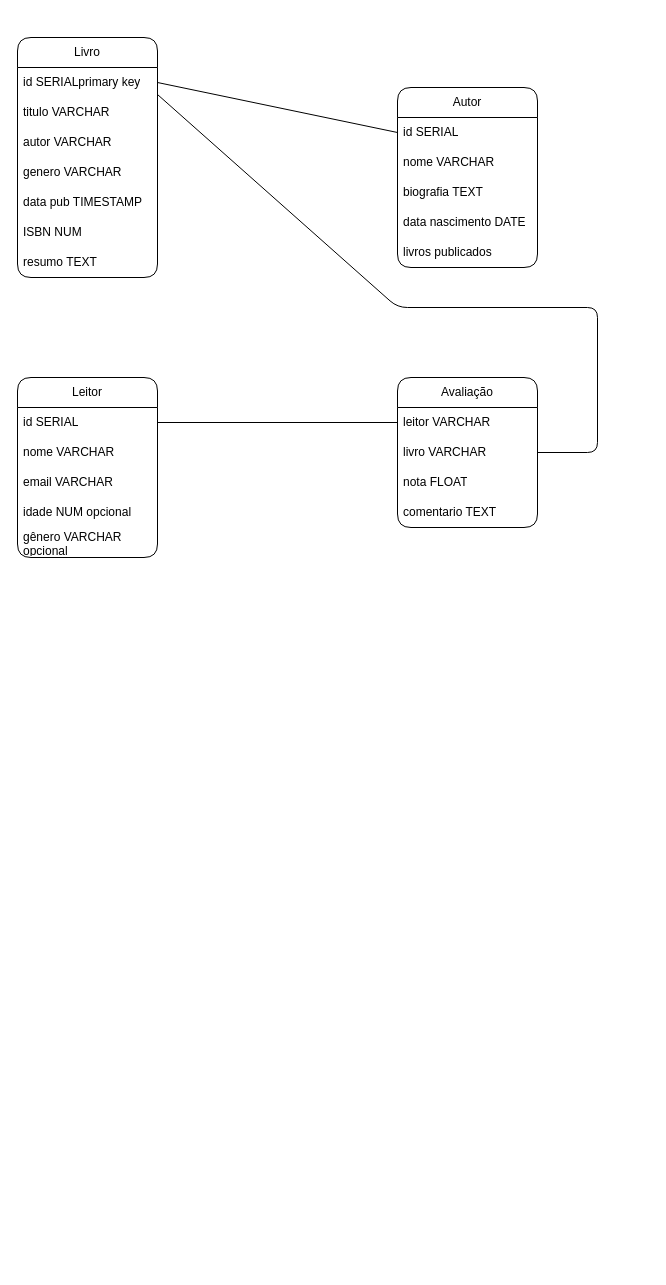
KimberlyMartins/OneBitCode-Ruby keeps this draw.io diagram as One bit code/4-Dados/exercicio4.drawio. Above is the earlier version. Source tidied: cells renumbered, new cells numbered last; positions are measured from the earlier drawing's top-left corner, leaving out a move shared by most shapes. Both pictures are drawn from the tidied source at 100%, with x=0, y=0 at pixel (17, 37).
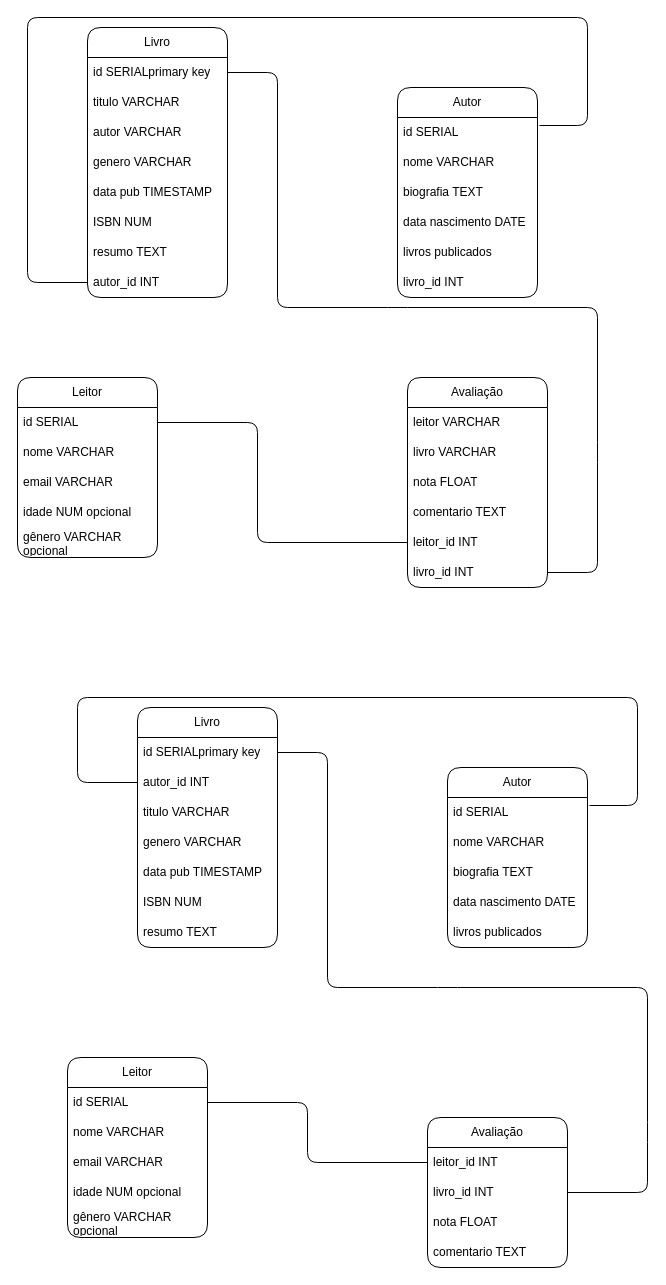
The same page after the edit.

Unchanged cells that the change refers to:
```xml
<mxCell id="3" value="id SERIALprimary key" style="text;strokeColor=none;fillColor=none;align=left;verticalAlign=middle;spacingLeft=4;spacingRight=4;overflow=hidden;points=[[0,0.5],[1,0.5]];portConstraint=eastwest;whiteSpace=wrap;html=1;" parent="2" vertex="1">
  <mxGeometry y="30" width="140" height="30" as="geometry" />
</mxCell>
<mxCell id="11" value="id SERIAL" style="text;strokeColor=none;fillColor=none;align=left;verticalAlign=middle;spacingLeft=4;spacingRight=4;overflow=hidden;points=[[0,0.5],[1,0.5]];portConstraint=eastwest;whiteSpace=wrap;html=1;" parent="10" vertex="1">
  <mxGeometry y="30" width="140" height="30" as="geometry" />
</mxCell>
<mxCell id="17" value="id SERIAL" style="text;strokeColor=none;fillColor=none;align=left;verticalAlign=middle;spacingLeft=4;spacingRight=4;overflow=hidden;points=[[0,0.5],[1,0.5]];portConstraint=eastwest;whiteSpace=wrap;html=1;" parent="16" vertex="1">
  <mxGeometry y="30" width="140" height="30" as="geometry" />
</mxCell>
<mxCell id="23" value="leitor VARCHAR" style="text;strokeColor=none;fillColor=none;align=left;verticalAlign=middle;spacingLeft=4;spacingRight=4;overflow=hidden;points=[[0,0.5],[1,0.5]];portConstraint=eastwest;whiteSpace=wrap;html=1;" parent="22" vertex="1">
  <mxGeometry y="30" width="140" height="30" as="geometry" />
</mxCell>
<mxCell id="24" value="livro VARCHAR&amp;nbsp;" style="text;strokeColor=none;fillColor=none;align=left;verticalAlign=middle;spacingLeft=4;spacingRight=4;overflow=hidden;points=[[0,0.5],[1,0.5]];portConstraint=eastwest;whiteSpace=wrap;html=1;" parent="22" vertex="1">
  <mxGeometry y="60" width="140" height="30" as="geometry" />
</mxCell>
```

What changed in the source:
```diff
@@
     <mxCell id="2" value="Livro" style="swimlane;fontStyle=0;horizontal=1;startSize=30;whiteSpace=wrap;html=1;rounded=1;" parent="1" vertex="1">
-      <mxGeometry width="140" height="240" as="geometry" />
+      <mxGeometry x="70" y="-10" width="140" height="270" as="geometry" />
     </mxCell>
@@
+    <mxCell id="30" value="autor_id INT" style="text;strokeColor=none;fillColor=none;align=left;verticalAlign=middle;spacingLeft=4;spacingRight=4;overflow=hidden;points=[[0,0.5],[1,0.5]];portConstraint=eastwest;whiteSpace=wrap;html=1;" parent="2" vertex="1">
+      <mxGeometry y="240" width="140" height="30" as="geometry" />
+    </mxCell>
     <mxCell id="10" value="Autor" style="swimlane;fontStyle=0;horizontal=1;startSize=30;whiteSpace=wrap;html=1;rounded=1;" parent="1" vertex="1">
-      <mxGeometry x="380" y="50" width="140" height="180" as="geometry" />
+      <mxGeometry x="380" y="50" width="140" height="210" as="geometry" />
     </mxCell>
@@
+    <mxCell id="31" value="livro_id INT" style="text;strokeColor=none;fillColor=none;align=left;verticalAlign=middle;spacingLeft=4;spacingRight=4;overflow=hidden;whiteSpace=wrap;html=1;" parent="10" vertex="1">
+      <mxGeometry y="180" width="140" height="30" as="geometry" />
+    </mxCell>
@@
     <mxCell id="22" value="Avaliação" style="swimlane;fontStyle=0;horizontal=1;startSize=30;whiteSpace=wrap;html=1;swimlaneLine=1;rounded=1;" parent="1" vertex="1">
-      <mxGeometry x="380" y="340" width="140" height="150" as="geometry" />
+      <mxGeometry x="390" y="340" width="140" height="210" as="geometry" />
     </mxCell>
@@
-    <mxCell id="27" style="endArrow=none;html=1;entryX=0;entryY=0.5;entryDx=0;entryDy=0;exitX=1;exitY=0.5;exitDx=0;exitDy=0;" parent="1" edge="1" source="3" target="11">
-      <mxGeometry relative="1" as="geometry" />
-    </mxCell>
+    <mxCell id="32" value="leitor_id INT" style="text;strokeColor=none;fillColor=none;align=left;verticalAlign=middle;spacingLeft=4;spacingRight=4;overflow=hidden;points=[[0,0.5],[1,0.5]];portConstraint=eastwest;whiteSpace=wrap;html=1;" parent="22" vertex="1">
+      <mxGeometry y="150" width="140" height="30" as="geometry" />
+    </mxCell>
+    <mxCell id="33" value="livro_id INT" style="text;strokeColor=none;fillColor=none;align=left;verticalAlign=middle;spacingLeft=4;spacingRight=4;overflow=hidden;points=[[0,0.5],[1,0.5]];portConstraint=eastwest;whiteSpace=wrap;html=1;" parent="22" vertex="1">
+      <mxGeometry y="180" width="140" height="30" as="geometry" />
+    </mxCell>
-    <mxCell id="28" style="endArrow=none;html=1;exitX=1;exitY=0.5;exitDx=0;exitDy=0;entryX=0;entryY=0.5;entryDx=0;entryDy=0;" parent="1" edge="1" source="17" target="23">
-      <mxGeometry relative="1" as="geometry" />
+    <mxCell id="28" style="endArrow=none;html=1;exitX=1;exitY=0.5;exitDx=0;exitDy=0;entryX=0;entryY=0.5;entryDx=0;entryDy=0;" parent="1" edge="1" source="17" target="32">
+      <mxGeometry relative="1" as="geometry">
+        <Array as="points">
+          <mxPoint x="240" y="385" />
+          <mxPoint x="240" y="505" />
+        </Array>
+      </mxGeometry>
     </mxCell>
-    <mxCell id="29" style="endArrow=none;html=1;exitX=1;exitY=0.5;exitDx=0;exitDy=0;entryX=1;entryY=0.9;entryDx=0;entryDy=0;entryPerimeter=0;" parent="1" edge="1" source="24" target="3">
+    <mxCell id="29" style="endArrow=none;html=1;exitX=1;exitY=0.5;exitDx=0;exitDy=0;entryX=1;entryY=0.5;entryDx=0;entryDy=0;" parent="1" edge="1" source="33" target="3">
       <mxGeometry relative="1" as="geometry">
         <Array as="points">
+          <mxPoint x="580" y="535" />
           <mxPoint x="580" y="415" />
           <mxPoint x="580" y="270" />
           <mxPoint x="380" y="270" />
+          <mxPoint x="260" y="270" />
+          <mxPoint x="260" y="35" />
         </Array>
       </mxGeometry>
     </mxCell>
+    <mxCell id="34" style="endArrow=none;html=1;entryX=0;entryY=0.5;entryDx=0;entryDy=0;exitX=1.014;exitY=0.267;exitDx=0;exitDy=0;exitPerimeter=0;" parent="1" edge="1" source="11" target="30">
+      <mxGeometry relative="1" as="geometry">
+        <Array as="points">
+          <mxPoint x="570" y="88" />
+          <mxPoint x="570" y="-20" />
+          <mxPoint x="10" y="-20" />
+          <mxPoint x="10" y="245" />
+        </Array>
+      </mxGeometry>
+    </mxCell>
+    <mxCell id="35" value="Livro" style="swimlane;fontStyle=0;horizontal=1;startSize=30;whiteSpace=wrap;html=1;rounded=1;" parent="1" vertex="1">
+      <mxGeometry x="120" y="670" width="140" height="240" as="geometry" />
+    </mxCell>
+    <mxCell id="36" value="id SERIALprimary key" style="text;strokeColor=none;fillColor=none;align=left;verticalAlign=middle;spacingLeft=4;spacingRight=4;overflow=hidden;points=[[0,0.5],[1,0.5]];portConstraint=eastwest;whiteSpace=wrap;html=1;" parent="35" vertex="1">
+      <mxGeometry y="30" width="140" height="30" as="geometry" />
+    </mxCell>
+    <mxCell id="37" value="autor_id INT" style="text;strokeColor=none;fillColor=none;align=left;verticalAlign=middle;spacingLeft=4;spacingRight=4;overflow=hidden;points=[[0,0.5],[1,0.5]];portConstraint=eastwest;whiteSpace=wrap;html=1;" parent="35" vertex="1">
+      <mxGeometry y="60" width="140" height="30" as="geometry" />
+    </mxCell>
+    <mxCell id="38" value="titulo VARCHAR&amp;nbsp;" style="text;strokeColor=none;fillColor=none;align=left;verticalAlign=middle;spacingLeft=4;spacingRight=4;overflow=hidden;whiteSpace=wrap;html=1;" parent="35" vertex="1">
+      <mxGeometry y="90" width="140" height="30" as="geometry" />
+    </mxCell>
+    <mxCell id="39" value="genero VARCHAR" style="text;strokeColor=none;fillColor=none;align=left;verticalAlign=middle;spacingLeft=4;spacingRight=4;overflow=hidden;whiteSpace=wrap;html=1;" parent="35" vertex="1">
+      <mxGeometry y="120" width="140" height="30" as="geometry" />
+    </mxCell>
+    <mxCell id="40" value="data pub TIMESTAMP" style="text;strokeColor=none;fillColor=none;align=left;verticalAlign=middle;spacingLeft=4;spacingRight=4;overflow=hidden;whiteSpace=wrap;html=1;" parent="35" vertex="1">
+      <mxGeometry y="150" width="140" height="30" as="geometry" />
+    </mxCell>
+    <mxCell id="41" value="ISBN NUM" style="text;strokeColor=none;fillColor=none;align=left;verticalAlign=middle;spacingLeft=4;spacingRight=4;overflow=hidden;whiteSpace=wrap;html=1;" parent="35" vertex="1">
+      <mxGeometry y="180" width="140" height="30" as="geometry" />
+    </mxCell>
+    <mxCell id="42" value="resumo TEXT" style="text;strokeColor=none;fillColor=none;align=left;verticalAlign=middle;spacingLeft=4;spacingRight=4;overflow=hidden;whiteSpace=wrap;html=1;" parent="35" vertex="1">
+      <mxGeometry y="210" width="140" height="30" as="geometry" />
+    </mxCell>
+    <mxCell id="43" value="Autor" style="swimlane;fontStyle=0;horizontal=1;startSize=30;whiteSpace=wrap;html=1;rounded=1;" parent="1" vertex="1">
+      <mxGeometry x="430" y="730" width="140" height="180" as="geometry" />
+    </mxCell>
+    <mxCell id="44" value="id SERIAL" style="text;strokeColor=none;fillColor=none;align=left;verticalAlign=middle;spacingLeft=4;spacingRight=4;overflow=hidden;points=[[0,0.5],[1,0.5]];portConstraint=eastwest;whiteSpace=wrap;html=1;" parent="43" vertex="1">
+      <mxGeometry y="30" width="140" height="30" as="geometry" />
+    </mxCell>
+    <mxCell id="45" value="nome VARCHAR" style="text;strokeColor=none;fillColor=none;align=left;verticalAlign=middle;spacingLeft=4;spacingRight=4;overflow=hidden;whiteSpace=wrap;html=1;" parent="43" vertex="1">
+      <mxGeometry y="60" width="140" height="30" as="geometry" />
+    </mxCell>
+    <mxCell id="46" value="biografia TEXT" style="text;strokeColor=none;fillColor=none;align=left;verticalAlign=middle;spacingLeft=4;spacingRight=4;overflow=hidden;whiteSpace=wrap;html=1;" parent="43" vertex="1">
+      <mxGeometry y="90" width="140" height="30" as="geometry" />
+    </mxCell>
+    <mxCell id="47" value="data nascimento DATE" style="text;strokeColor=none;fillColor=none;align=left;verticalAlign=middle;spacingLeft=4;spacingRight=4;overflow=hidden;whiteSpace=wrap;html=1;" parent="43" vertex="1">
+      <mxGeometry y="120" width="140" height="30" as="geometry" />
+    </mxCell>
+    <mxCell id="48" value="livros publicados" style="text;strokeColor=none;fillColor=none;align=left;verticalAlign=middle;spacingLeft=4;spacingRight=4;overflow=hidden;whiteSpace=wrap;html=1;" parent="43" vertex="1">
+      <mxGeometry y="150" width="140" height="30" as="geometry" />
+    </mxCell>
+    <mxCell id="49" value="Leitor" style="swimlane;fontStyle=0;horizontal=1;startSize=30;whiteSpace=wrap;html=1;rounded=1;" parent="1" vertex="1">
+      <mxGeometry x="50" y="1020" width="140" height="180" as="geometry" />
+    </mxCell>
+    <mxCell id="50" value="id SERIAL" style="text;strokeColor=none;fillColor=none;align=left;verticalAlign=middle;spacingLeft=4;spacingRight=4;overflow=hidden;points=[[0,0.5],[1,0.5]];portConstraint=eastwest;whiteSpace=wrap;html=1;" parent="49" vertex="1">
+      <mxGeometry y="30" width="140" height="30" as="geometry" />
+    </mxCell>
+    <mxCell id="51" value="nome VARCHAR" style="text;strokeColor=none;fillColor=none;align=left;verticalAlign=middle;spacingLeft=4;spacingRight=4;overflow=hidden;whiteSpace=wrap;html=1;" parent="49" vertex="1">
+      <mxGeometry y="60" width="140" height="30" as="geometry" />
+    </mxCell>
+    <mxCell id="52" value="email VARCHAR" style="text;strokeColor=none;fillColor=none;align=left;verticalAlign=middle;spacingLeft=4;spacingRight=4;overflow=hidden;whiteSpace=wrap;html=1;" parent="49" vertex="1">
+      <mxGeometry y="90" width="140" height="30" as="geometry" />
+    </mxCell>
+    <mxCell id="53" value="idade NUM opcional" style="text;strokeColor=none;fillColor=none;align=left;verticalAlign=middle;spacingLeft=4;spacingRight=4;overflow=hidden;whiteSpace=wrap;html=1;" parent="49" vertex="1">
+      <mxGeometry y="120" width="140" height="30" as="geometry" />
+    </mxCell>
+    <mxCell id="54" value="gênero VARCHAR opcional" style="text;strokeColor=none;fillColor=none;align=left;verticalAlign=middle;spacingLeft=4;spacingRight=4;overflow=hidden;whiteSpace=wrap;html=1;" parent="49" vertex="1">
+      <mxGeometry y="150" width="140" height="30" as="geometry" />
+    </mxCell>
+    <mxCell id="55" style="endArrow=none;html=1;exitX=1;exitY=0.5;exitDx=0;exitDy=0;" parent="1" edge="1" source="50" target="58">
+      <mxGeometry relative="1" as="geometry">
+        <Array as="points">
+          <mxPoint x="290" y="1065" />
+          <mxPoint x="290" y="1125" />
+        </Array>
+      </mxGeometry>
+    </mxCell>
+    <mxCell id="56" style="endArrow=none;html=1;exitX=1;exitY=0.5;exitDx=0;exitDy=0;entryX=1;entryY=0.5;entryDx=0;entryDy=0;" parent="1" edge="1" source="59" target="36">
+      <mxGeometry relative="1" as="geometry">
+        <Array as="points">
+          <mxPoint x="630" y="1155" />
+          <mxPoint x="630" y="1095" />
+          <mxPoint x="630" y="950" />
+          <mxPoint x="430" y="950" />
+          <mxPoint x="310" y="950" />
+          <mxPoint x="310" y="715" />
+        </Array>
+      </mxGeometry>
+    </mxCell>
+    <mxCell id="57" value="Avaliação" style="swimlane;fontStyle=0;horizontal=1;startSize=30;whiteSpace=wrap;html=1;swimlaneLine=1;rounded=1;" parent="1" vertex="1">
+      <mxGeometry x="410" y="1080" width="140" height="150" as="geometry" />
+    </mxCell>
+    <mxCell id="58" value="leitor_id INT" style="text;strokeColor=none;fillColor=none;align=left;verticalAlign=middle;spacingLeft=4;spacingRight=4;overflow=hidden;points=[[0,0.5],[1,0.5]];portConstraint=eastwest;whiteSpace=wrap;html=1;" parent="57" vertex="1">
+      <mxGeometry y="30" width="140" height="30" as="geometry" />
+    </mxCell>
+    <mxCell id="59" value="livro_id INT" style="text;strokeColor=none;fillColor=none;align=left;verticalAlign=middle;spacingLeft=4;spacingRight=4;overflow=hidden;points=[[0,0.5],[1,0.5]];portConstraint=eastwest;whiteSpace=wrap;html=1;" parent="57" vertex="1">
+      <mxGeometry y="60" width="140" height="30" as="geometry" />
+    </mxCell>
+    <mxCell id="60" value="nota FLOAT" style="text;strokeColor=none;fillColor=none;align=left;verticalAlign=middle;spacingLeft=4;spacingRight=4;overflow=hidden;whiteSpace=wrap;html=1;" parent="57" vertex="1">
+      <mxGeometry y="90" width="140" height="30" as="geometry" />
+    </mxCell>
+    <mxCell id="61" value="comentario TEXT" style="text;strokeColor=none;fillColor=none;align=left;verticalAlign=middle;spacingLeft=4;spacingRight=4;overflow=hidden;whiteSpace=wrap;html=1;" parent="57" vertex="1">
+      <mxGeometry y="120" width="140" height="30" as="geometry" />
+    </mxCell>
+    <mxCell id="62" style="endArrow=none;html=1;entryX=0;entryY=0.5;entryDx=0;entryDy=0;exitX=1.014;exitY=0.267;exitDx=0;exitDy=0;exitPerimeter=0;" parent="1" edge="1" source="44" target="37">
+      <mxGeometry relative="1" as="geometry">
+        <Array as="points">
+          <mxPoint x="620" y="768" />
+          <mxPoint x="620" y="660" />
+          <mxPoint x="60" y="660" />
+          <mxPoint x="60" y="745" />
+        </Array>
+      </mxGeometry>
+    </mxCell>
```
